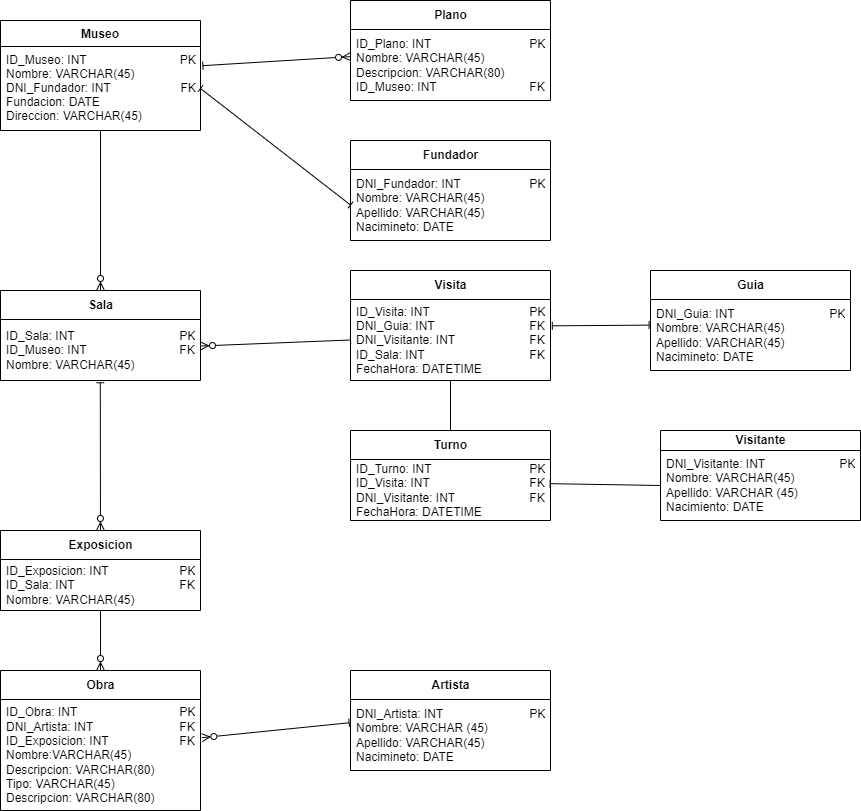
The draw.io diagram docs/Diagrama_Entidad_Relacion.drawio.png in ArturoCruz606/OlimpiadaMuseo2022, before a commit. Source tidied: cells renumbered, new cells last; positions are measured from the earlier drawing's top-left corner, leaving out a move shared by most shapes. Its diagram source:
```xml
<mxGraphModel>
  <root>
    <mxCell id="0" />
    <mxCell id="1" parent="0" />
    <mxCell id="2" value="Museo" style="swimlane;fontStyle=1;align=center;verticalAlign=top;horizontal=1;startSize=26;" parent="1" vertex="1">
      <mxGeometry y="20" width="200" height="110" as="geometry" />
    </mxCell>
    <mxCell id="3" value="ID_Museo: INT                            PK&#10;Nombre: VARCHAR(45)&#10;DNI_Fundador: INT                     FK&#10;Fundacion: DATE&#10;Direccion: VARCHAR(45)" style="text;strokeColor=none;fillColor=none;align=left;verticalAlign=top;spacingLeft=4;spacingRight=4;overflow=hidden;points=[[0,0.5],[1,0.5]];portConstraint=eastwest;" parent="2" vertex="1">
      <mxGeometry y="26" width="200" height="84" as="geometry" />
    </mxCell>
    <mxCell id="4" style="edgeStyle=none;html=1;entryX=1.012;entryY=0.228;entryDx=0;entryDy=0;entryPerimeter=0;endArrow=baseDash;endFill=0;startArrow=ERzeroToMany;startFill=0;" parent="1" edge="1" source="5" target="3">
      <mxGeometry relative="1" as="geometry" />
    </mxCell>
    <mxCell id="5" value="&lt;span style=&quot;text-align: left&quot;&gt;Plano&lt;/span&gt;" style="swimlane;fontStyle=1;align=center;verticalAlign=middle;horizontal=1;startSize=29;html=1;" parent="1" vertex="1">
      <mxGeometry x="350" width="200" height="100" as="geometry" />
    </mxCell>
    <mxCell id="6" value="ID_Plano: INT&lt;span style=&quot;white-space: pre&quot;&gt;&#9;&lt;/span&gt;&lt;span style=&quot;white-space: pre&quot;&gt;&#9;&lt;/span&gt;&lt;span style=&quot;white-space: pre&quot;&gt;&#9;&lt;/span&gt;&lt;span style=&quot;white-space: pre&quot;&gt;&#9;&lt;/span&gt;&amp;nbsp; &amp;nbsp; PK&lt;br&gt;Nombre: VARCHAR(45)&lt;span style=&quot;white-space: pre&quot;&gt;&#9;&lt;/span&gt;&lt;span style=&quot;white-space: pre&quot;&gt;&#9;&lt;/span&gt;&lt;br&gt;Descripcion: VARCHAR(80)&lt;br&gt;ID_Museo: INT&lt;span style=&quot;white-space: pre&quot;&gt;&#9;&lt;/span&gt;&lt;span style=&quot;white-space: pre&quot;&gt;&#9;&lt;/span&gt;&lt;span style=&quot;white-space: pre&quot;&gt;&#9;&lt;/span&gt;&amp;nbsp; &amp;nbsp; FK" style="text;html=1;strokeColor=none;fillColor=none;align=left;verticalAlign=middle;spacingLeft=4;spacingRight=4;overflow=hidden;" parent="5" vertex="1">
      <mxGeometry y="29" width="200" height="71" as="geometry" />
    </mxCell>
    <mxCell id="7" style="edgeStyle=none;html=1;entryX=0.499;entryY=1.037;entryDx=0;entryDy=0;entryPerimeter=0;startArrow=ERzeroToMany;startFill=0;endArrow=baseDash;endFill=0;" parent="1" edge="1" source="9" target="21">
      <mxGeometry relative="1" as="geometry" />
    </mxCell>
    <mxCell id="8" style="edgeStyle=none;html=1;entryX=0.5;entryY=0;entryDx=0;entryDy=0;startArrow=baseDash;startFill=0;endArrow=ERzeroToMany;endFill=0;" parent="1" edge="1" source="9" target="31">
      <mxGeometry relative="1" as="geometry" />
    </mxCell>
    <mxCell id="9" value="Exposicion" style="swimlane;fontStyle=1;align=center;verticalAlign=middle;horizontal=1;startSize=29;html=1;" parent="1" vertex="1">
      <mxGeometry y="530" width="200" height="80" as="geometry" />
    </mxCell>
    <mxCell id="10" value="ID_Exposicion: INT&lt;span style=&quot;white-space: pre&quot;&gt;&#9;&lt;/span&gt;&lt;span style=&quot;white-space: pre&quot;&gt;&#9;&lt;/span&gt;&lt;span style=&quot;white-space: pre&quot;&gt;&#9;&lt;/span&gt;&amp;nbsp; &amp;nbsp; PK&lt;br&gt;ID_Sala: INT&lt;span style=&quot;white-space: pre&quot;&gt;&#9;&lt;/span&gt;&lt;span style=&quot;white-space: pre&quot;&gt;&#9;&lt;/span&gt;&lt;span style=&quot;white-space: pre&quot;&gt;&#9;&lt;/span&gt;&lt;span style=&quot;white-space: pre&quot;&gt;&#9;&lt;/span&gt;&amp;nbsp; &amp;nbsp; FK&lt;br&gt;Nombre: VARCHAR(45)" style="text;html=1;strokeColor=none;fillColor=none;align=left;verticalAlign=middle;spacingLeft=4;spacingRight=4;overflow=hidden;" parent="9" vertex="1">
      <mxGeometry y="29" width="200" height="51" as="geometry" />
    </mxCell>
    <mxCell id="11" style="edgeStyle=none;html=1;startArrow=baseDash;startFill=0;endArrow=baseDash;endFill=0;" parent="1" edge="1" source="12" target="16">
      <mxGeometry relative="1" as="geometry" />
    </mxCell>
    <mxCell id="12" value="Visita" style="swimlane;fontStyle=1;align=center;verticalAlign=middle;horizontal=1;startSize=29;html=1;" parent="1" vertex="1">
      <mxGeometry x="350" y="270" width="200" height="110" as="geometry" />
    </mxCell>
    <mxCell id="13" value="&lt;div&gt;&lt;span&gt;ID_Visita: INT&lt;span style=&quot;white-space: pre&quot;&gt;&#9;&lt;/span&gt;&lt;span style=&quot;white-space: pre&quot;&gt;&#9;&lt;/span&gt;&lt;span style=&quot;white-space: pre&quot;&gt;&#9;&lt;/span&gt;&lt;span style=&quot;white-space: pre&quot;&gt;&#9;&lt;/span&gt;&amp;nbsp; &amp;nbsp; PK&lt;/span&gt;&lt;/div&gt;&lt;div&gt;&lt;span&gt;DNI_Guia: INT&lt;span style=&quot;white-space: pre&quot;&gt;&#9;&lt;/span&gt;&lt;span style=&quot;white-space: pre&quot;&gt;&#9;&lt;/span&gt;&lt;span style=&quot;white-space: pre&quot;&gt;&#9;&lt;/span&gt;&amp;nbsp; &amp;nbsp; FK&lt;/span&gt;&lt;/div&gt;&lt;div&gt;&lt;span&gt;DNI_Visitante: INT&lt;span style=&quot;white-space: pre&quot;&gt;&#9;&lt;/span&gt;&lt;span style=&quot;white-space: pre&quot;&gt;&#9;&lt;/span&gt;&lt;span style=&quot;white-space: pre&quot;&gt;&#9;&lt;/span&gt;&amp;nbsp; &amp;nbsp; FK&lt;/span&gt;&lt;/div&gt;&lt;div&gt;&lt;span&gt;ID_Sala: INT&lt;span style=&quot;white-space: pre&quot;&gt;&#9;&lt;/span&gt;&lt;span style=&quot;white-space: pre&quot;&gt;&#9;&lt;/span&gt;&lt;span style=&quot;white-space: pre&quot;&gt;&#9;&lt;/span&gt;&lt;span style=&quot;white-space: pre&quot;&gt;&#9;&lt;/span&gt;&amp;nbsp; &amp;nbsp; FK&lt;/span&gt;&lt;/div&gt;&lt;div&gt;&lt;span&gt;FechaHora: DATETIME&lt;/span&gt;&lt;/div&gt;" style="text;html=1;strokeColor=none;fillColor=none;align=left;verticalAlign=middle;spacingLeft=4;spacingRight=4;overflow=hidden;points=[[0,0.5],[1,0.5]];portConstraint=eastwest;" parent="12" vertex="1">
      <mxGeometry y="29" width="200" height="81" as="geometry" />
    </mxCell>
    <mxCell id="14" value="Visitante" style="swimlane;fontStyle=1;align=center;verticalAlign=middle;horizontal=1;startSize=20;html=1;" parent="1" vertex="1">
      <mxGeometry x="660" y="430" width="200" height="90" as="geometry" />
    </mxCell>
    <mxCell id="15" value="DNI_Visitante: INT&amp;nbsp;&lt;span style=&quot;white-space: pre&quot;&gt;&#9;&lt;/span&gt;&lt;span style=&quot;white-space: pre&quot;&gt;&#9;&lt;/span&gt;&lt;span style=&quot;white-space: pre&quot;&gt;&#9;&lt;/span&gt;&amp;nbsp; &amp;nbsp; PK&lt;br&gt;Nombre: VARCHAR(45)&lt;br&gt;Apellido: VARCHAR (45)&lt;br&gt;Nacimiento: DATE" style="text;html=1;strokeColor=none;fillColor=none;align=left;verticalAlign=middle;spacingLeft=4;spacingRight=4;overflow=hidden;points=[[0,0.5],[1,0.5]];portConstraint=eastwest;" parent="14" vertex="1">
      <mxGeometry y="20" width="200" height="70" as="geometry" />
    </mxCell>
    <mxCell id="16" value="Turno" style="swimlane;fontStyle=1;align=center;verticalAlign=middle;horizontal=1;startSize=29;html=1;" parent="1" vertex="1">
      <mxGeometry x="350" y="430" width="200" height="90" as="geometry" />
    </mxCell>
    <mxCell id="17" value="&lt;div&gt;&lt;span&gt;ID_Turno: INT&lt;span style=&quot;white-space: pre&quot;&gt;&#9;&lt;/span&gt;&lt;span style=&quot;white-space: pre&quot;&gt;&#9;&lt;/span&gt;&lt;span style=&quot;white-space: pre&quot;&gt;&#9;&lt;/span&gt;&lt;span style=&quot;white-space: pre&quot;&gt;&#9;&lt;/span&gt;&amp;nbsp; &amp;nbsp; PK&lt;/span&gt;&lt;/div&gt;&lt;div&gt;&lt;span&gt;ID_Visita: INT&amp;nbsp;&lt;span style=&quot;white-space: pre&quot;&gt;&#9;&lt;/span&gt;&lt;span style=&quot;white-space: pre&quot;&gt;&#9;&lt;/span&gt;&lt;span style=&quot;white-space: pre&quot;&gt;&#9;&lt;/span&gt;&lt;span style=&quot;white-space: pre&quot;&gt;&#9;&lt;/span&gt;&amp;nbsp; &amp;nbsp; FK&lt;/span&gt;&lt;/div&gt;&lt;div&gt;DNI_Visitante: INT&lt;span style=&quot;white-space: pre&quot;&gt;&#9;&lt;/span&gt;&lt;span style=&quot;white-space: pre&quot;&gt;&#9;&lt;/span&gt;&lt;span style=&quot;white-space: pre&quot;&gt;&#9;&lt;/span&gt;&amp;nbsp; &amp;nbsp; FK&lt;span&gt;&lt;br&gt;&lt;/span&gt;&lt;/div&gt;&lt;div&gt;&lt;span&gt;FechaHora: DATETIME&lt;/span&gt;&lt;/div&gt;" style="text;html=1;strokeColor=none;fillColor=none;align=left;verticalAlign=middle;spacingLeft=4;spacingRight=4;overflow=hidden;points=[[0,0.5],[1,0.5]];portConstraint=eastwest;" parent="16" vertex="1">
      <mxGeometry y="29" width="200" height="61" as="geometry" />
    </mxCell>
    <mxCell id="18" style="edgeStyle=none;html=1;entryX=0.998;entryY=0.396;entryDx=0;entryDy=0;startArrow=baseDash;startFill=0;endArrow=baseDash;endFill=0;exitX=0;exitY=0.5;exitDx=0;exitDy=0;entryPerimeter=0;" parent="1" edge="1" source="15" target="17">
      <mxGeometry relative="1" as="geometry" />
    </mxCell>
    <mxCell id="19" style="edgeStyle=none;html=1;entryX=0.5;entryY=1;entryDx=0;entryDy=0;startArrow=ERzeroToMany;startFill=0;endArrow=baseDash;endFill=0;" parent="1" edge="1" source="20" target="2">
      <mxGeometry relative="1" as="geometry" />
    </mxCell>
    <mxCell id="20" value="Sala" style="swimlane;fontStyle=1;align=center;verticalAlign=middle;horizontal=1;startSize=29;html=1;" parent="1" vertex="1">
      <mxGeometry y="290" width="200" height="90" as="geometry" />
    </mxCell>
    <mxCell id="21" value="ID_Sala: INT&lt;span style=&quot;white-space: pre&quot;&gt;&#9;&lt;/span&gt;&lt;span style=&quot;white-space: pre&quot;&gt;&#9;&lt;/span&gt;&lt;span style=&quot;white-space: pre&quot;&gt;&#9;&lt;/span&gt;&lt;span style=&quot;white-space: pre&quot;&gt;&#9;&lt;/span&gt;&amp;nbsp; &amp;nbsp; PK&lt;br&gt;ID_Museo: INT&lt;span style=&quot;white-space: pre&quot;&gt;&#9;&lt;/span&gt;&lt;span style=&quot;white-space: pre&quot;&gt;&#9;&lt;/span&gt;&lt;span style=&quot;white-space: pre&quot;&gt;&#9;&lt;/span&gt;&amp;nbsp; &amp;nbsp; FK&lt;br&gt;Nombre: VARCHAR(45)" style="text;html=1;strokeColor=none;fillColor=none;align=left;verticalAlign=middle;spacingLeft=4;spacingRight=4;overflow=hidden;points=[[0,0.5],[1,0.5]];portConstraint=eastwest;" parent="20" vertex="1">
      <mxGeometry y="29" width="200" height="61" as="geometry" />
    </mxCell>
    <mxCell id="22" value="Guia" style="swimlane;fontStyle=1;align=center;verticalAlign=middle;horizontal=1;startSize=29;html=1;" parent="1" vertex="1">
      <mxGeometry x="650" y="270" width="200" height="100" as="geometry" />
    </mxCell>
    <mxCell id="23" value="DNI_Guia: INT&lt;span style=&quot;white-space: pre&quot;&gt;&#9;&lt;/span&gt;&lt;span style=&quot;white-space: pre&quot;&gt;&#9;&lt;/span&gt;&lt;span style=&quot;white-space: pre&quot;&gt;&#9;&lt;/span&gt;&amp;nbsp; &amp;nbsp; PK&lt;br&gt;Nombre: VARCHAR(45)&lt;br&gt;Apellido: VARCHAR(45)&lt;br&gt;Nacimineto: DATE" style="text;html=1;strokeColor=none;fillColor=none;align=left;verticalAlign=middle;spacingLeft=4;spacingRight=4;overflow=hidden;points=[[0,0.5],[1,0.5]];portConstraint=eastwest;" parent="22" vertex="1">
      <mxGeometry y="29" width="200" height="71" as="geometry" />
    </mxCell>
    <mxCell id="24" style="edgeStyle=none;html=1;exitX=1.009;exitY=0.325;exitDx=0;exitDy=0;startArrow=baseDash;startFill=0;endArrow=baseDash;endFill=0;exitPerimeter=0;entryX=-0.007;entryY=0.361;entryDx=0;entryDy=0;entryPerimeter=0;" parent="1" edge="1" source="13" target="23">
      <mxGeometry relative="1" as="geometry" />
    </mxCell>
    <mxCell id="25" style="edgeStyle=none;html=1;entryX=0;entryY=0.5;entryDx=0;entryDy=0;startArrow=ERzeroToMany;startFill=0;endArrow=baseDash;endFill=0;" parent="1" edge="1" source="21" target="13">
      <mxGeometry relative="1" as="geometry" />
    </mxCell>
    <mxCell id="26" value="Fundador" style="swimlane;fontStyle=1;align=center;verticalAlign=middle;horizontal=1;startSize=29;html=1;" parent="1" vertex="1">
      <mxGeometry x="350" y="140" width="200" height="100" as="geometry" />
    </mxCell>
    <mxCell id="27" value="DNI_Fundador: INT&lt;span style=&quot;white-space: pre&quot;&gt;&#9;&lt;/span&gt;&lt;span style=&quot;white-space: pre&quot;&gt;&#9;&lt;/span&gt;&lt;span style=&quot;white-space: pre&quot;&gt;&#9;&lt;/span&gt;&amp;nbsp; &amp;nbsp; PK&lt;br&gt;Nombre: VARCHAR(45)&lt;br&gt;Apellido: VARCHAR(45)&lt;br&gt;Nacimineto: DATE" style="text;html=1;strokeColor=none;fillColor=none;align=left;verticalAlign=middle;spacingLeft=4;spacingRight=4;overflow=hidden;points=[[0,0.5],[1,0.5]];portConstraint=eastwest;" parent="26" vertex="1">
      <mxGeometry y="29" width="200" height="71" as="geometry" />
    </mxCell>
    <mxCell id="28" style="edgeStyle=none;html=1;exitX=1;exitY=0.5;exitDx=0;exitDy=0;startArrow=baseDash;startFill=0;endArrow=baseDash;endFill=0;entryX=0;entryY=0.5;entryDx=0;entryDy=0;" parent="1" edge="1" source="3" target="27">
      <mxGeometry relative="1" as="geometry" />
    </mxCell>
    <mxCell id="29" value="Artista" style="swimlane;fontStyle=1;align=center;verticalAlign=middle;horizontal=1;startSize=29;html=1;" parent="1" vertex="1">
      <mxGeometry x="350" y="670" width="200" height="100" as="geometry" />
    </mxCell>
    <mxCell id="30" value="&lt;span&gt;DNI_Artista: INT&lt;span style=&quot;white-space: pre&quot;&gt;&#9;&lt;/span&gt;&lt;span style=&quot;white-space: pre&quot;&gt;&#9;&lt;/span&gt;&lt;span style=&quot;white-space: pre&quot;&gt;&#9;&lt;/span&gt;&amp;nbsp; &amp;nbsp; PK&lt;/span&gt;&lt;br&gt;&lt;span&gt;Nombre: VARCHAR (45)&lt;/span&gt;&lt;br&gt;&lt;span&gt;Apellido: VARCHAR(45)&lt;/span&gt;&lt;br&gt;&lt;span&gt;Nacimineto: DATE&lt;/span&gt;" style="text;html=1;strokeColor=none;fillColor=none;align=left;verticalAlign=middle;spacingLeft=4;spacingRight=4;overflow=hidden;points=[[0,0.5],[1,0.5]];portConstraint=eastwest;" parent="29" vertex="1">
      <mxGeometry y="29" width="200" height="71" as="geometry" />
    </mxCell>
    <mxCell id="31" value="Obra" style="swimlane;fontStyle=1;align=center;verticalAlign=middle;horizontal=1;startSize=29;html=1;" parent="1" vertex="1">
      <mxGeometry y="670" width="200" height="140" as="geometry" />
    </mxCell>
    <mxCell id="32" value="ID_Obra: INT&lt;span style=&quot;white-space: pre&quot;&gt;&#9;&lt;/span&gt;&lt;span style=&quot;white-space: pre&quot;&gt;&#9;&lt;/span&gt;&lt;span style=&quot;white-space: pre&quot;&gt;&#9;&lt;/span&gt;&lt;span style=&quot;white-space: pre&quot;&gt;&#9;&lt;/span&gt;&amp;nbsp; &amp;nbsp; PK&lt;br&gt;DNI_Artista: INT&lt;span style=&quot;white-space: pre&quot;&gt;&#9;&lt;/span&gt;&lt;span style=&quot;white-space: pre&quot;&gt;&#9;&lt;/span&gt;&lt;span style=&quot;white-space: pre&quot;&gt;&#9;&lt;/span&gt;&amp;nbsp; &amp;nbsp; FK&lt;br&gt;ID_Exposicion: INT&lt;span style=&quot;white-space: pre&quot;&gt;&#9;&lt;/span&gt;&lt;span style=&quot;white-space: pre&quot;&gt;&#9;&lt;/span&gt;&lt;span style=&quot;white-space: pre&quot;&gt;&#9;&lt;/span&gt;&amp;nbsp; &amp;nbsp; FK&lt;br&gt;Nombre:VARCHAR(45)&lt;br&gt;Descripcion: VARCHAR(80)&lt;br&gt;Tipo: VARCHAR(45)&lt;br&gt;Descripcion: VARCHAR(80)" style="text;html=1;strokeColor=none;fillColor=none;align=left;verticalAlign=middle;spacingLeft=4;spacingRight=4;overflow=hidden;points=[[0,0.5],[1,0.5]];portConstraint=eastwest;" parent="31" vertex="1">
      <mxGeometry y="29" width="200" height="111" as="geometry" />
    </mxCell>
    <mxCell id="33" style="edgeStyle=none;html=1;entryX=1.007;entryY=0.344;entryDx=0;entryDy=0;entryPerimeter=0;startArrow=baseDash;startFill=0;endArrow=ERzeroToMany;endFill=0;exitX=-0.007;exitY=0.328;exitDx=0;exitDy=0;exitPerimeter=0;" parent="1" edge="1" source="30" target="32">
      <mxGeometry relative="1" as="geometry" />
    </mxCell>
  </root>
</mxGraphModel>
```
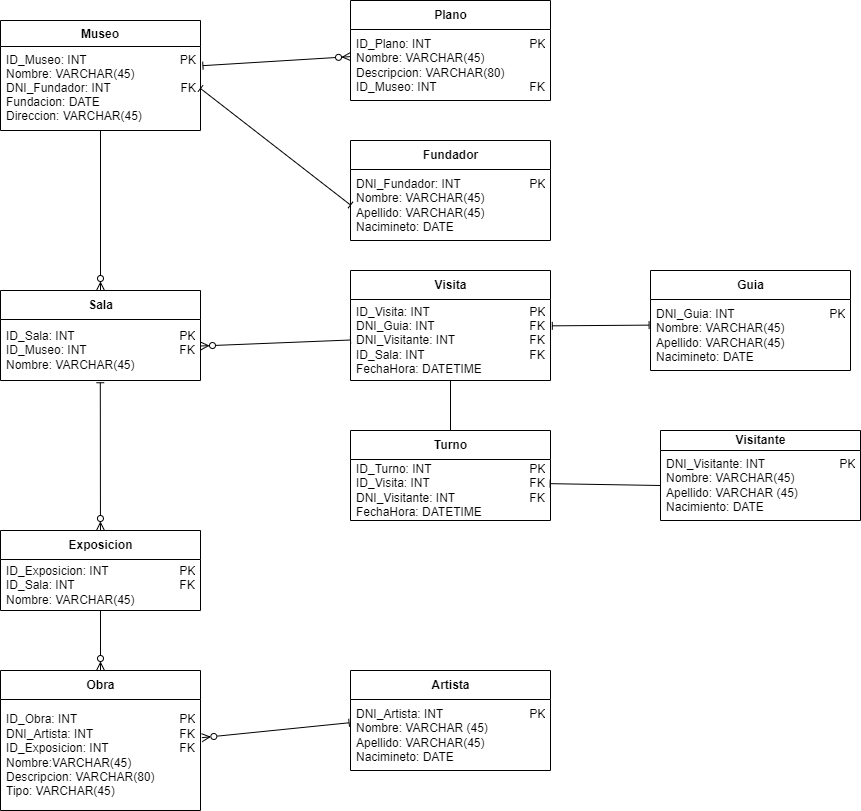
Later version of the same file.

Change to the diagram source:
```diff
@@ -92,7 +92,7 @@
     <mxCell id="31" value="Obra" style="swimlane;fontStyle=1;align=center;verticalAlign=middle;horizontal=1;startSize=29;html=1;" parent="1" vertex="1">
       <mxGeometry y="670" width="200" height="140" as="geometry" />
     </mxCell>
-    <mxCell id="32" value="ID_Obra: INT&lt;span style=&quot;white-space: pre&quot;&gt;&#9;&lt;/span&gt;&lt;span style=&quot;white-space: pre&quot;&gt;&#9;&lt;/span&gt;&lt;span style=&quot;white-space: pre&quot;&gt;&#9;&lt;/span&gt;&lt;span style=&quot;white-space: pre&quot;&gt;&#9;&lt;/span&gt;&amp;nbsp; &amp;nbsp; PK&lt;br&gt;DNI_Artista: INT&lt;span style=&quot;white-space: pre&quot;&gt;&#9;&lt;/span&gt;&lt;span style=&quot;white-space: pre&quot;&gt;&#9;&lt;/span&gt;&lt;span style=&quot;white-space: pre&quot;&gt;&#9;&lt;/span&gt;&amp;nbsp; &amp;nbsp; FK&lt;br&gt;ID_Exposicion: INT&lt;span style=&quot;white-space: pre&quot;&gt;&#9;&lt;/span&gt;&lt;span style=&quot;white-space: pre&quot;&gt;&#9;&lt;/span&gt;&lt;span style=&quot;white-space: pre&quot;&gt;&#9;&lt;/span&gt;&amp;nbsp; &amp;nbsp; FK&lt;br&gt;Nombre:VARCHAR(45)&lt;br&gt;Descripcion: VARCHAR(80)&lt;br&gt;Tipo: VARCHAR(45)&lt;br&gt;Descripcion: VARCHAR(80)" style="text;html=1;strokeColor=none;fillColor=none;align=left;verticalAlign=middle;spacingLeft=4;spacingRight=4;overflow=hidden;points=[[0,0.5],[1,0.5]];portConstraint=eastwest;" parent="31" vertex="1">
+    <mxCell id="32" value="ID_Obra: INT&lt;span style=&quot;white-space: pre&quot;&gt;&#9;&lt;/span&gt;&lt;span style=&quot;white-space: pre&quot;&gt;&#9;&lt;/span&gt;&lt;span style=&quot;white-space: pre&quot;&gt;&#9;&lt;/span&gt;&lt;span style=&quot;white-space: pre&quot;&gt;&#9;&lt;/span&gt;&amp;nbsp; &amp;nbsp; PK&lt;br&gt;DNI_Artista: INT&lt;span style=&quot;white-space: pre&quot;&gt;&#9;&lt;/span&gt;&lt;span style=&quot;white-space: pre&quot;&gt;&#9;&lt;/span&gt;&lt;span style=&quot;white-space: pre&quot;&gt;&#9;&lt;/span&gt;&amp;nbsp; &amp;nbsp; FK&lt;br&gt;ID_Exposicion: INT&lt;span style=&quot;white-space: pre&quot;&gt;&#9;&lt;/span&gt;&lt;span style=&quot;white-space: pre&quot;&gt;&#9;&lt;/span&gt;&lt;span style=&quot;white-space: pre&quot;&gt;&#9;&lt;/span&gt;&amp;nbsp; &amp;nbsp; FK&lt;br&gt;Nombre:VARCHAR(45)&lt;br&gt;Descripcion: VARCHAR(80)&lt;br&gt;Tipo: VARCHAR(45)" style="text;html=1;strokeColor=none;fillColor=none;align=left;verticalAlign=middle;spacingLeft=4;spacingRight=4;overflow=hidden;points=[[0,0.5],[1,0.5]];portConstraint=eastwest;" parent="31" vertex="1">
       <mxGeometry y="29" width="200" height="111" as="geometry" />
     </mxCell>
     <mxCell id="33" style="edgeStyle=none;html=1;entryX=1.007;entryY=0.344;entryDx=0;entryDy=0;entryPerimeter=0;startArrow=baseDash;startFill=0;endArrow=ERzeroToMany;endFill=0;exitX=-0.007;exitY=0.328;exitDx=0;exitDy=0;exitPerimeter=0;" parent="1" edge="1" source="30" target="32">
```
